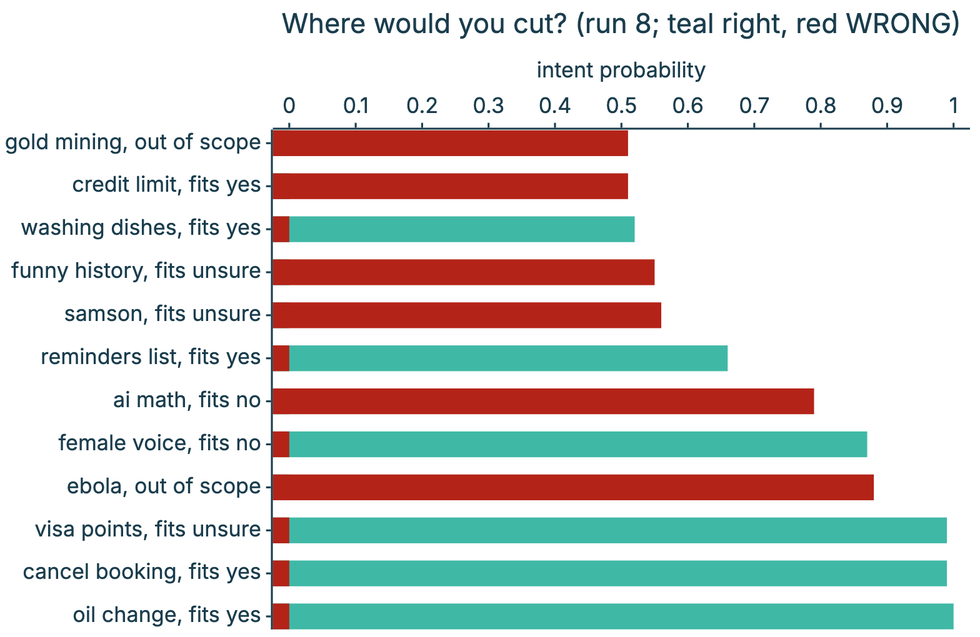
Earlier version of the Mermaid export course/diagrams/module_04/p1-lab1-table.png (axel-sirota/getting_started_jev). Its source is kept beside it as course/diagrams/module_04/p1-lab1-table.mmd. Source of this version:
```mermaid
%%{init: {"theme": "base", "themeVariables": {"fontFamily": "Inter, sans-serif", "primaryColor": "#ECF8F6", "primaryBorderColor": "#40B8A6", "primaryTextColor": "#111827", "lineColor": "#1A3D4D", "secondaryColor": "#F9FAFB", "tertiaryColor": "#FFFFFF", "clusterBkg": "#F9FAFB", "clusterBorder": "#D1D5DB", "actorBkg": "#ECF8F6", "actorBorder": "#40B8A6", "noteBkgColor": "#FFF6DA", "noteBorderColor": "#E0B84C"}}}%%
%%{init: {"themeVariables": {"xyChart": {"plotColorPalette": "#40B8A6, #B42318"}}}}%%
xychart-beta horizontal
  title "Where would you cut? (run 8; teal right, red WRONG)"
  x-axis ["gold mining, out of scope", "credit limit, fits yes", "washing dishes, fits yes", "funny history, fits unsure", "samson, fits unsure", "reminders list, fits yes", "ai math, fits no", "female voice, fits no", "ebola, out of scope", "visa points, fits unsure", "cancel booking, fits yes", "oil change, fits yes"]
  y-axis "intent probability" 0 --> 1
  bar [0, 0, 0.52, 0, 0, 0.66, 0, 0.87, 0, 0.99, 0.99, 1.00]
  bar [0.51, 0.51, 0, 0.55, 0.56, 0, 0.79, 0, 0.88, 0, 0, 0]
```
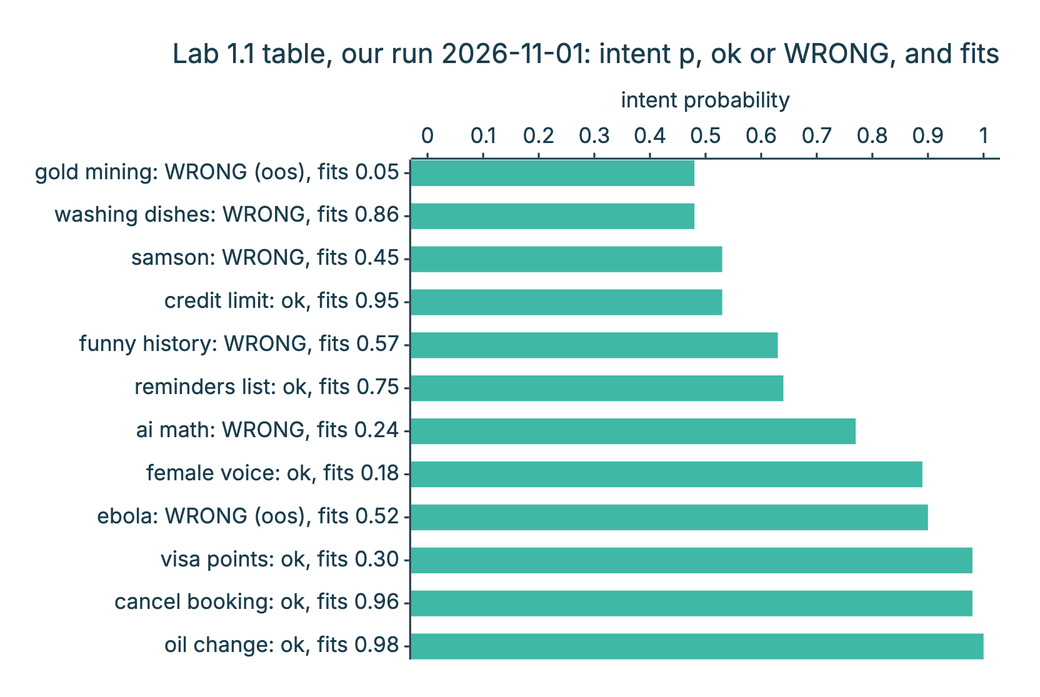
The same diagram one commit later.

Diff of the diagram source:
```diff
@@ -1,8 +1,6 @@
 %%{init: {"theme": "base", "themeVariables": {"fontFamily": "Inter, sans-serif", "primaryColor": "#ECF8F6", "primaryBorderColor": "#40B8A6", "primaryTextColor": "#111827", "lineColor": "#1A3D4D", "secondaryColor": "#F9FAFB", "tertiaryColor": "#FFFFFF", "clusterBkg": "#F9FAFB", "clusterBorder": "#D1D5DB", "actorBkg": "#ECF8F6", "actorBorder": "#40B8A6", "noteBkgColor": "#FFF6DA", "noteBorderColor": "#E0B84C"}}}%%
-%%{init: {"themeVariables": {"xyChart": {"plotColorPalette": "#40B8A6, #B42318"}}}}%%
 xychart-beta horizontal
-  title "Where would you cut? (run 8; teal right, red WRONG)"
-  x-axis ["gold mining, out of scope", "credit limit, fits yes", "washing dishes, fits yes", "funny history, fits unsure", "samson, fits unsure", "reminders list, fits yes", "ai math, fits no", "female voice, fits no", "ebola, out of scope", "visa points, fits unsure", "cancel booking, fits yes", "oil change, fits yes"]
+  title "Lab 1.1 table, our run 2026-11-01: intent p, ok or WRONG, and fits"
+  x-axis ["gold mining: WRONG (oos), fits 0.05", "washing dishes: WRONG, fits 0.86", "samson: WRONG, fits 0.45", "credit limit: ok, fits 0.95", "funny history: WRONG, fits 0.57", "reminders list: ok, fits 0.75", "ai math: WRONG, fits 0.24", "female voice: ok, fits 0.18", "ebola: WRONG (oos), fits 0.52", "visa points: ok, fits 0.30", "cancel booking: ok, fits 0.96", "oil change: ok, fits 0.98"]
   y-axis "intent probability" 0 --> 1
-  bar [0, 0, 0.52, 0, 0, 0.66, 0, 0.87, 0, 0.99, 0.99, 1.00]
-  bar [0.51, 0.51, 0, 0.55, 0.56, 0, 0.79, 0, 0.88, 0, 0, 0]
+  bar [0.48, 0.48, 0.53, 0.53, 0.63, 0.64, 0.77, 0.89, 0.90, 0.98, 0.98, 1.00]
```
